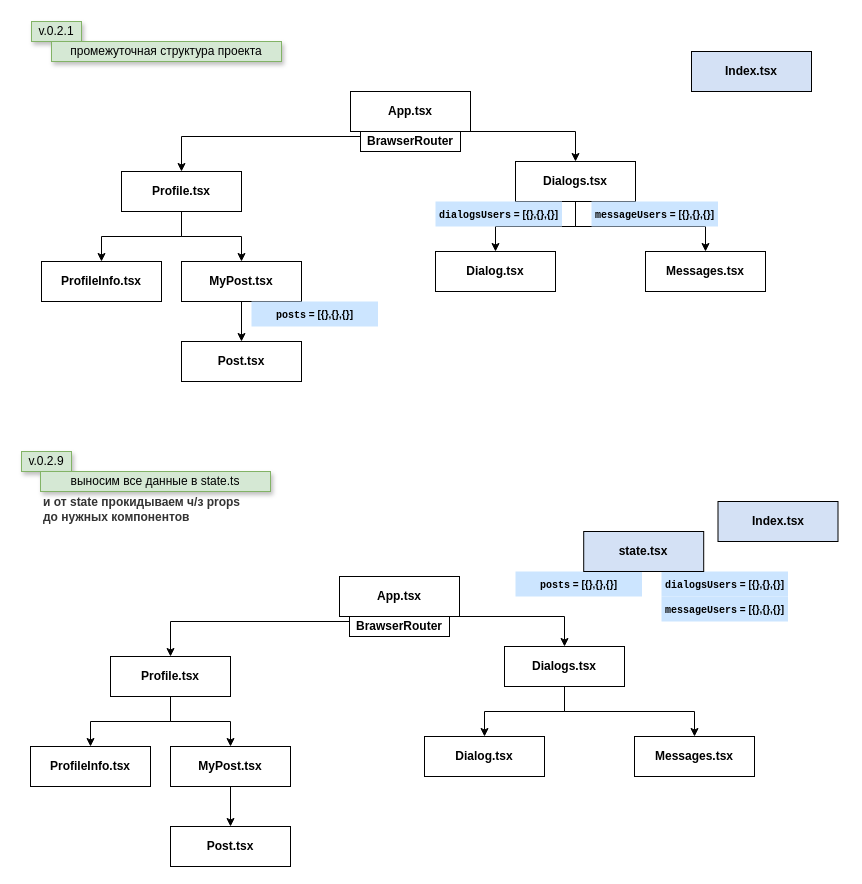
Earlier version of the draw.io diagram Untitled Diagram.drawio (AndrosovMA/Social_network). Source tidied: cells renumbered, new cells numbered last; positions are measured from the earlier drawing's top-left corner, leaving out a move shared by most shapes. Both pictures are drawn from the tidied source at 100%, with x=0, y=0 at pixel (21, 21).
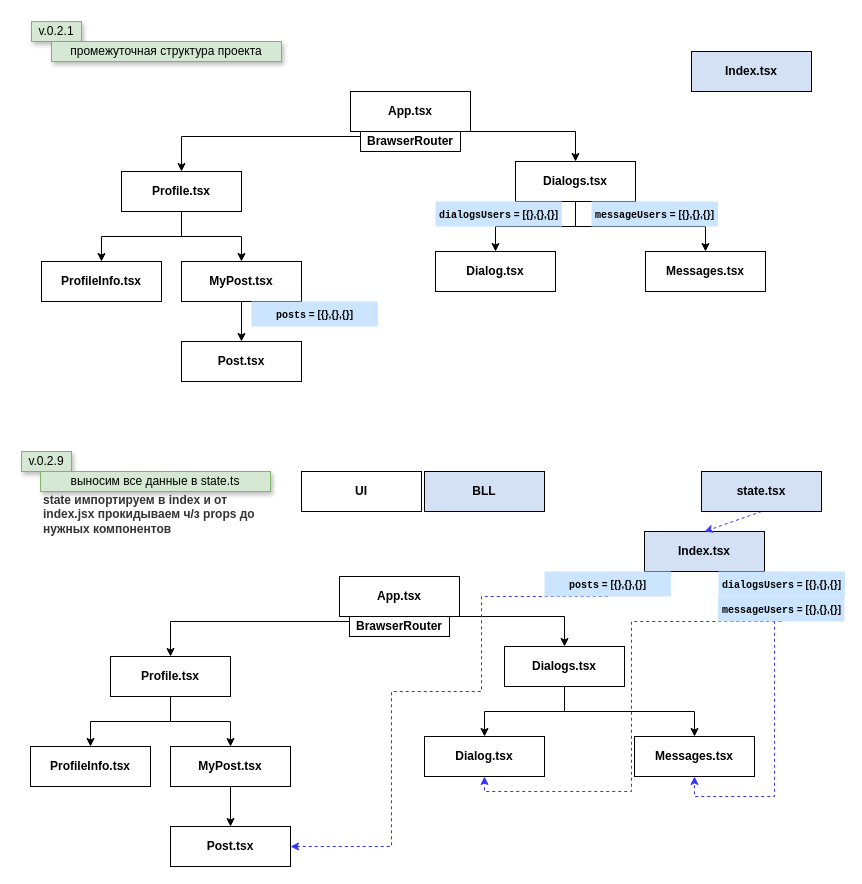
The same diagram, later.

Unchanged cells that the change refers to:
```xml
<mxCell id="40" value="&lt;b&gt;Post.tsx&lt;/b&gt;" style="rounded=0;whiteSpace=wrap;html=1;fillColor=#FFFFFF;" parent="1" vertex="1">
  <mxGeometry x="149" y="805" width="120" height="40" as="geometry" />
</mxCell>
<mxCell id="41" value="&lt;b&gt;Dialog.tsx&lt;/b&gt;" style="rounded=0;whiteSpace=wrap;html=1;fillColor=#FFFFFF;" parent="1" vertex="1">
  <mxGeometry x="403" y="715" width="120" height="40" as="geometry" />
</mxCell>
<mxCell id="42" value="&lt;b&gt;Messages.tsx&lt;/b&gt;" style="rounded=0;whiteSpace=wrap;html=1;fillColor=#FFFFFF;" parent="1" vertex="1">
  <mxGeometry x="613" y="715" width="120" height="40" as="geometry" />
</mxCell>
```

The edit, as a diff of the source:
```diff
@@
     <mxCell id="36" value="&lt;b&gt;Index.tsx&lt;/b&gt;" style="rounded=0;whiteSpace=wrap;html=1;fillColor=#D4E1F5;shadow=0;strokeColor=#000000;" parent="1" vertex="1">
-      <mxGeometry x="696.5" y="480" width="120" height="40" as="geometry" />
+      <mxGeometry x="623" y="510" width="120" height="40" as="geometry" />
     </mxCell>
@@
     <mxCell id="43" value="&lt;b&gt;&lt;font style=&quot;font-size: 10px&quot;&gt;&lt;span style=&quot;font-family: &amp;#34;jetbrains mono&amp;#34; , monospace&quot;&gt;dialogsUsers&lt;/span&gt;&amp;nbsp;= [{},{},{}]&lt;/font&gt;&lt;/b&gt;" style="rounded=0;whiteSpace=wrap;html=1;shadow=0;strokeColor=none;fillColor=#CCE5FF;" parent="1" vertex="1">
-      <mxGeometry x="640" y="550" width="126.5" height="25" as="geometry" />
+      <mxGeometry x="697" y="550" width="126.5" height="25" as="geometry" />
     </mxCell>
+    <mxCell id="48" style="edgeStyle=orthogonalEdgeStyle;rounded=0;jettySize=auto;html=1;exitX=0.5;exitY=1;exitDx=0;exitDy=0;entryX=0.5;entryY=1;entryDx=0;entryDy=0;fontFamily=Helvetica;fontSize=12;fontColor=#333333;strokeColor=#3333FF;dashed=1;" parent="1" edge="1" source="44" target="42">
+      <mxGeometry relative="1" as="geometry">
+        <Array as="points">
+          <mxPoint x="753" y="600" />
+          <mxPoint x="753" y="775" />
+          <mxPoint x="673" y="775" />
+        </Array>
+      </mxGeometry>
+    </mxCell>
+    <mxCell id="49" style="edgeStyle=orthogonalEdgeStyle;rounded=0;jettySize=auto;html=1;exitX=0.5;exitY=1;exitDx=0;exitDy=0;entryX=0.5;entryY=1;entryDx=0;entryDy=0;fontFamily=Helvetica;fontSize=12;fontColor=#333333;strokeColor=#3333FF;dashed=1;" parent="1" edge="1" source="44" target="41">
+      <mxGeometry relative="1" as="geometry">
+        <Array as="points">
+          <mxPoint x="610" y="600" />
+          <mxPoint x="610" y="770" />
+          <mxPoint x="463" y="770" />
+        </Array>
+      </mxGeometry>
+    </mxCell>
     <mxCell id="44" value="&lt;b&gt;&lt;font style=&quot;font-size: 10px&quot;&gt;&lt;span style=&quot;font-family: &amp;#34;jetbrains mono&amp;#34; , monospace&quot;&gt;messageUsers&lt;/span&gt;&amp;nbsp;= [{},{},{}]&lt;/font&gt;&lt;/b&gt;" style="rounded=0;whiteSpace=wrap;html=1;shadow=0;strokeColor=none;fillColor=#CCE5FF;" parent="1" vertex="1">
-      <mxGeometry x="640" y="575" width="126.5" height="25" as="geometry" />
+      <mxGeometry x="696.5" y="575" width="126.5" height="25" as="geometry" />
     </mxCell>
+    <mxCell id="50" style="edgeStyle=orthogonalEdgeStyle;rounded=0;jettySize=auto;html=1;exitX=0.5;exitY=1;exitDx=0;exitDy=0;entryX=1;entryY=0.5;entryDx=0;entryDy=0;fontFamily=Helvetica;fontSize=12;fontColor=#333333;strokeColor=#3333FF;dashed=1;" parent="1" edge="1" source="45" target="40">
+      <mxGeometry relative="1" as="geometry">
+        <Array as="points">
+          <mxPoint x="460" y="575" />
+          <mxPoint x="460" y="670" />
+          <mxPoint x="370" y="670" />
+          <mxPoint x="370" y="825" />
+        </Array>
+      </mxGeometry>
+    </mxCell>
     <mxCell id="45" value="&lt;b&gt;&lt;font style=&quot;font-size: 10px&quot;&gt;&lt;font face=&quot;jetbrains mono, monospace&quot;&gt;posts&lt;/font&gt; = [{},{},{}]&lt;/font&gt;&lt;/b&gt;" style="rounded=0;whiteSpace=wrap;html=1;shadow=0;strokeColor=none;fillColor=#CCE5FF;" parent="1" vertex="1">
-      <mxGeometry x="494" y="550" width="126.5" height="25" as="geometry" />
+      <mxGeometry x="523" y="550" width="126.5" height="25" as="geometry" />
     </mxCell>
+    <mxCell id="51" style="edgeStyle=none;rounded=0;jettySize=auto;html=1;exitX=0.5;exitY=1;exitDx=0;exitDy=0;entryX=0.5;entryY=0;entryDx=0;entryDy=0;dashed=1;fontFamily=Helvetica;fontSize=12;fontColor=#333333;strokeColor=#3333FF;" parent="1" edge="1" source="46" target="36">
+      <mxGeometry relative="1" as="geometry" />
+    </mxCell>
     <mxCell id="46" value="&lt;b&gt;state.tsx&lt;/b&gt;" style="rounded=0;whiteSpace=wrap;html=1;fillColor=#D4E1F5;shadow=0;strokeColor=#000000;" parent="1" vertex="1">
-      <mxGeometry x="562.2" y="510" width="120" height="40" as="geometry" />
+      <mxGeometry x="680" y="450" width="120" height="40" as="geometry" />
     </mxCell>
-    <mxCell id="47" value="&lt;b&gt;и от state прокидываем ч/з props до нужных компонентов&lt;/b&gt;" style="text;html=1;strokeColor=none;fillColor=none;align=left;verticalAlign=middle;whiteSpace=wrap;rounded=0;labelBackgroundColor=none;labelBorderColor=none;fontFamily=Helvetica;fontSize=12;fontColor=#333333;" parent="1" vertex="1">
-      <mxGeometry x="20" y="465" width="210" height="45" as="geometry" />
+    <mxCell id="47" value="&lt;b&gt;state импортируем в index и от index.jsx прокидываем ч/з props до нужных компонентов&lt;/b&gt;" style="text;html=1;strokeColor=none;fillColor=none;align=left;verticalAlign=middle;whiteSpace=wrap;rounded=0;labelBackgroundColor=none;labelBorderColor=none;fontFamily=Helvetica;fontSize=12;fontColor=#333333;" parent="1" vertex="1">
+      <mxGeometry x="20" y="465" width="230" height="55" as="geometry" />
     </mxCell>
+    <mxCell id="52" value="&lt;b&gt;BLL&lt;/b&gt;" style="rounded=0;whiteSpace=wrap;html=1;fillColor=#D4E1F5;shadow=0;strokeColor=#000000;" parent="1" vertex="1">
+      <mxGeometry x="403" y="450" width="120" height="40" as="geometry" />
+    </mxCell>
+    <mxCell id="53" value="&lt;b&gt;UI&lt;/b&gt;" style="rounded=0;whiteSpace=wrap;html=1;fillColor=#FFFFFF;strokeColor=#000000;" parent="1" vertex="1">
+      <mxGeometry x="280" y="450" width="120" height="40" as="geometry" />
+    </mxCell>
```
